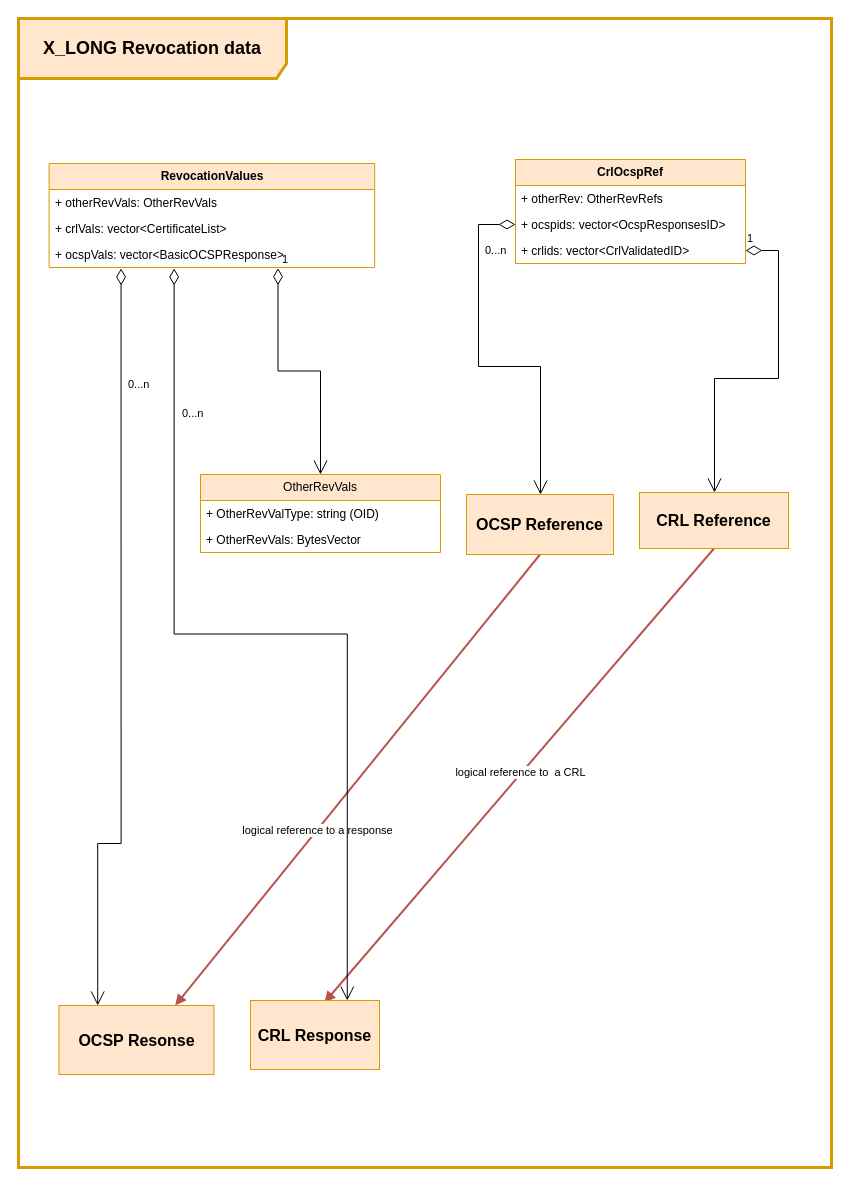
Earlier version of the draw.io diagram page "Xlong Revocation Data" (3 of 10) of basic_struct_draft.drawio (3036662/pdf_scp). Source tidied: cells renumbered, new cells numbered last; positions are measured from the earlier drawing's top-left corner, leaving out a move shared by most shapes. Both pictures are drawn from the tidied source at 100%, with x=0, y=0 at pixel (18, 18).
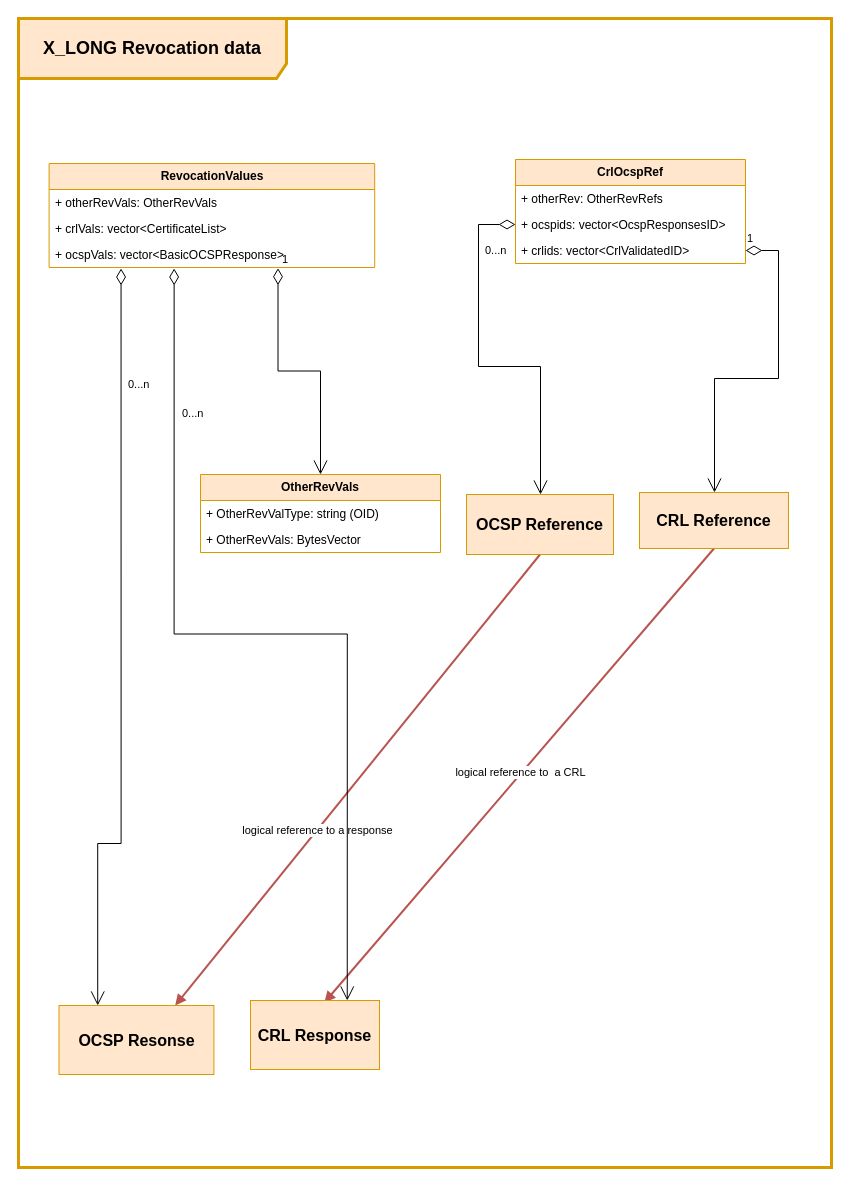
Above is the later version.

The edit, as a diff of the source:
```diff
@@
-    <mxCell id="2" value="OtherRevVals" style="swimlane;fontStyle=0;horizontal=1;startSize=26;fillColor=#ffe6cc;whiteSpace=wrap;html=1;strokeColor=#d79b00;" parent="1" vertex="1">
+    <mxCell id="2" value="&lt;b&gt;OtherRevVals&lt;/b&gt;" style="swimlane;fontStyle=0;horizontal=1;startSize=26;fillColor=#ffe6cc;whiteSpace=wrap;html=1;strokeColor=#d79b00;" parent="1" vertex="1">
       <mxGeometry x="182" y="456" width="240" height="78" as="geometry" />
     </mxCell>
```
